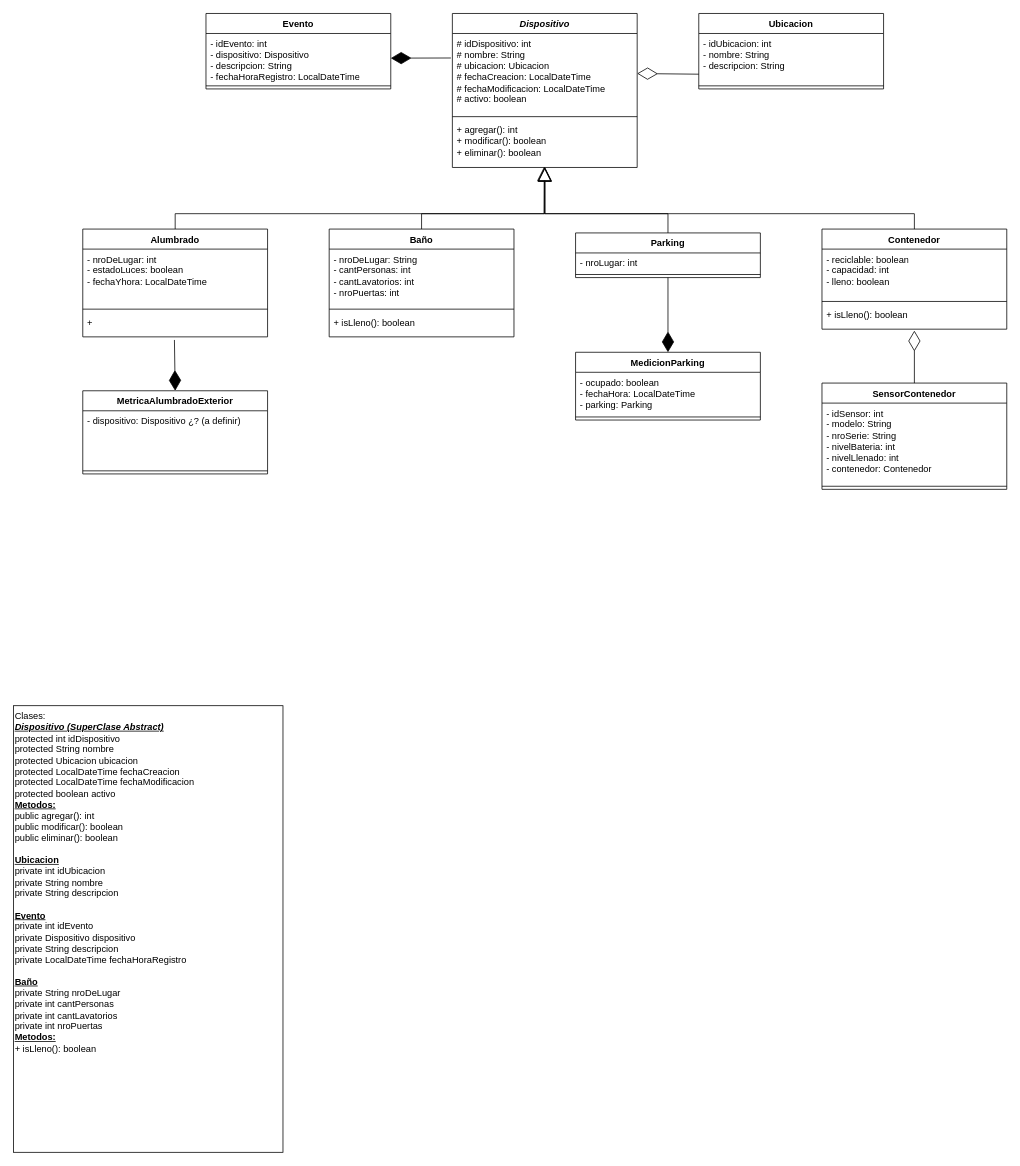
Above: Diagrama de Clases - Grupo 17.drawio in BarbaraNewman/grupo-17-OO2-2023 (draw.io), before the change. Source tidied: cells renumbered, new cells numbered last; positions are measured from the earlier drawing's top-left corner, leaving out a move shared by most shapes. Both pictures are drawn from the tidied source at 77%, with x=0, y=0 at pixel (13, 13).
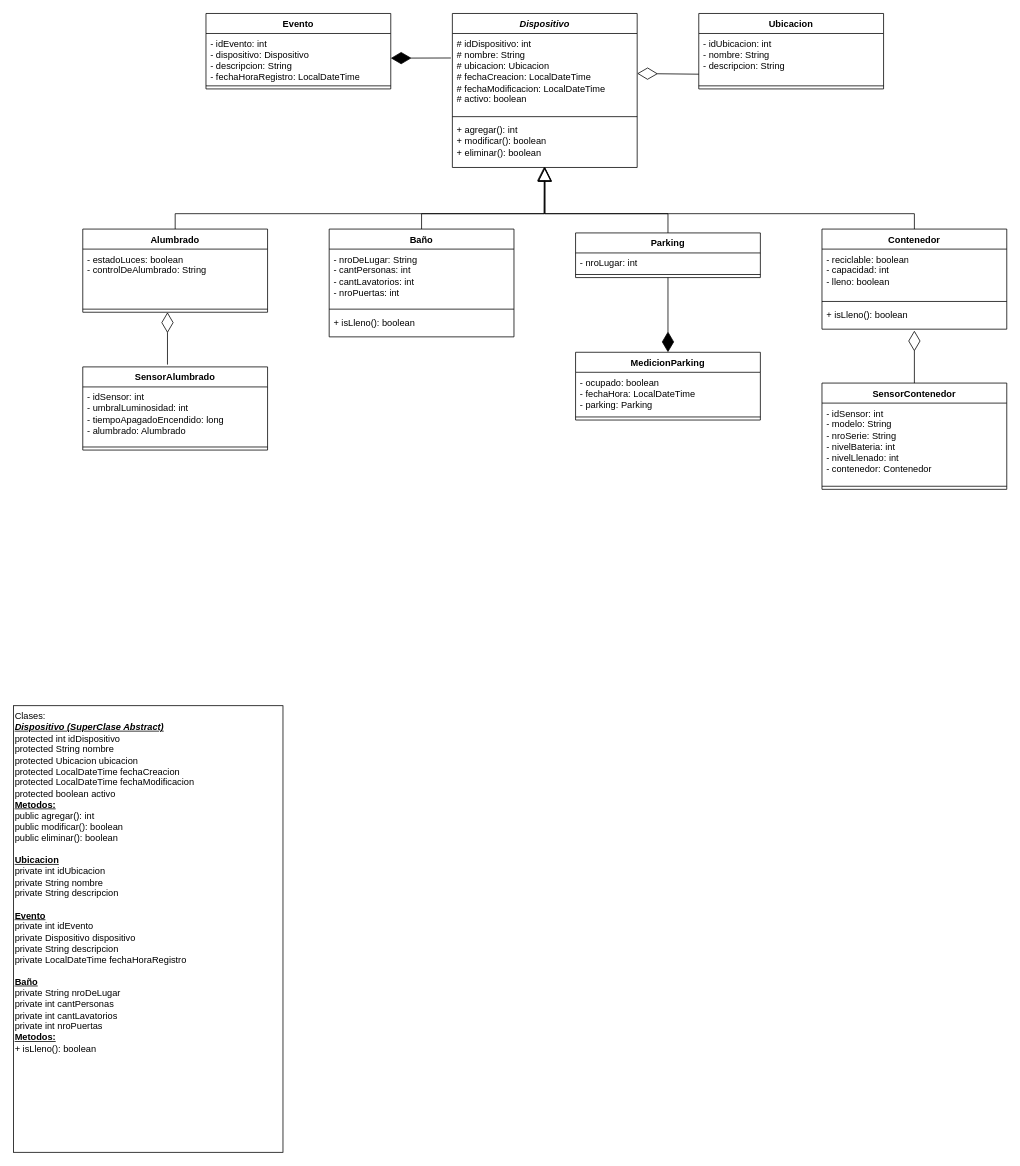
After the change.

Commit message (it also covers changes not shown here):
Update diagrama de clases

The edit, as a diff of the source:
```diff
@@
-    <mxCell id="29" value="MetricaAlumbradoExterior" style="swimlane;fontStyle=1;align=center;verticalAlign=top;horizontal=1;startSize=26;whiteSpace=wrap;html=1;" parent="1" vertex="1">
-      <mxGeometry x="90" y="490" width="240" height="108" as="geometry" />
+    <mxCell id="29" value="SensorAlumbrado" style="swimlane;fontStyle=1;align=center;verticalAlign=top;horizontal=1;startSize=26;whiteSpace=wrap;html=1;" parent="1" vertex="1">
+      <mxGeometry x="90" y="459" width="240" height="108" as="geometry" />
     </mxCell>
-    <mxCell id="30" value="- dispositivo: Dispositivo ¿? (a definir)" style="text;strokeColor=none;fillColor=none;align=left;verticalAlign=top;spacingLeft=4;spacingRight=4;overflow=hidden;whiteSpace=wrap;html=1;" parent="29" vertex="1">
+    <mxCell id="30" value="- idSensor: int&lt;br&gt;- umbralLuminosidad: int&lt;br&gt;- tiempoApagadoEncendido: long&lt;br&gt;- alumbrado: Alumbrado" style="text;strokeColor=none;fillColor=none;align=left;verticalAlign=top;spacingLeft=4;spacingRight=4;overflow=hidden;whiteSpace=wrap;html=1;" parent="29" vertex="1">
       <mxGeometry y="26" width="240" height="74" as="geometry" />
     </mxCell>
@@
-    <mxCell id="40" style="endArrow=diamondThin;endFill=1;endSize=24;html=1;rounded=0;exitX=0.496;exitY=1.125;exitDx=0;exitDy=0;entryX=0.5;entryY=0;entryDx=0;entryDy=0;exitPerimeter=0;" parent="1" edge="1" source="45" target="29">
-      <mxGeometry relative="1" as="geometry" />
-    </mxCell>
@@
     <mxCell id="42" value="Alumbrado" style="swimlane;fontStyle=1;align=center;verticalAlign=top;horizontal=1;startSize=26;whiteSpace=wrap;html=1;" parent="1" vertex="1">
-      <mxGeometry x="90" y="280" width="240" height="140" as="geometry" />
+      <mxGeometry x="90" y="280" width="240" height="108" as="geometry" />
     </mxCell>
-    <mxCell id="43" value="&lt;div&gt;- nroDeLugar: int&lt;/div&gt;&lt;div&gt;- estadoLuces: boolean&lt;/div&gt;&lt;div&gt;- fechaYhora: LocalDateTime&lt;/div&gt;&lt;div&gt;&lt;br&gt;&lt;/div&gt;" style="text;strokeColor=none;fillColor=none;align=left;verticalAlign=top;spacingLeft=4;spacingRight=4;overflow=hidden;whiteSpace=wrap;html=1;" parent="42" vertex="1">
+    <mxCell id="43" value="&lt;div&gt;&lt;span style=&quot;background-color: initial;&quot;&gt;- estadoLuces: boolean&lt;/span&gt;&lt;br&gt;&lt;/div&gt;&lt;div&gt;- controlDeAlumbrado: String&lt;/div&gt;&lt;div&gt;&lt;br&gt;&lt;/div&gt;" style="text;strokeColor=none;fillColor=none;align=left;verticalAlign=top;spacingLeft=4;spacingRight=4;overflow=hidden;whiteSpace=wrap;html=1;" parent="42" vertex="1">
       <mxGeometry y="26" width="240" height="74" as="geometry" />
     </mxCell>
@@
-    <mxCell id="45" value="+&amp;nbsp;&amp;nbsp;" style="text;strokeColor=none;fillColor=none;align=left;verticalAlign=top;spacingLeft=4;spacingRight=4;overflow=hidden;points=[[0,0.5],[1,0.5]];portConstraint=eastwest;whiteSpace=wrap;html=1;" parent="42" vertex="1">
-      <mxGeometry y="108" width="240" height="32" as="geometry" />
-    </mxCell>
+    <mxCell id="46" style="endArrow=diamondThin;endFill=0;endSize=24;html=1;rounded=0;entryX=0.5;entryY=1.059;entryDx=0;entryDy=0;exitX=0.5;exitY=0;exitDx=0;exitDy=0;entryPerimeter=0;" parent="1" edge="1">
+      <mxGeometry relative="1" as="geometry">
+        <mxPoint x="200" y="456" as="sourcePoint" />
+        <mxPoint x="200" y="388" as="targetPoint" />
+      </mxGeometry>
+    </mxCell>
```
